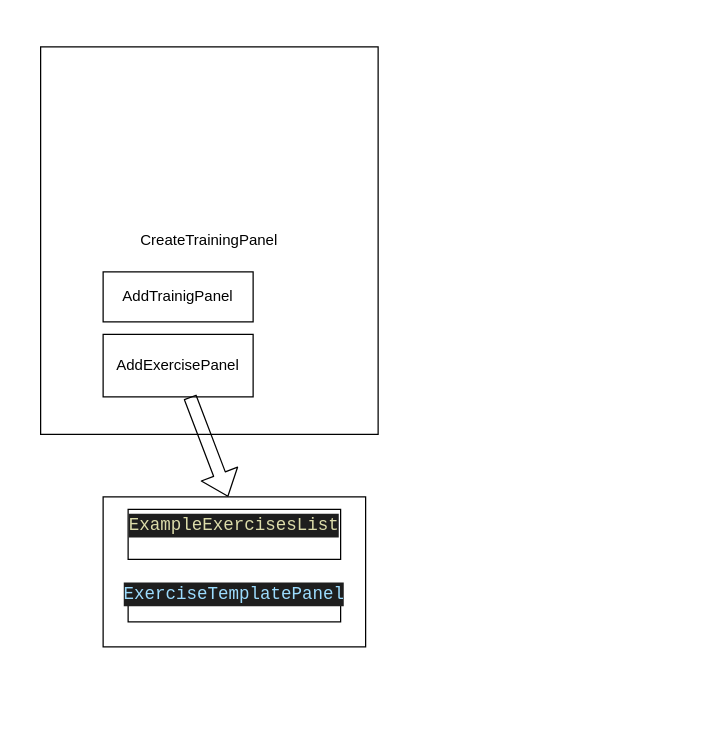
Earlier version of the draw.io diagram src/components/createTrainingPanel/createTrainingPanel.drawio (Jaro111/gym_tracker_FE). Source tidied: cells renumbered, new cells numbered last; positions are measured from the earlier drawing's top-left corner, leaving out a move shared by most shapes. Both pictures are drawn from the tidied source at 125%, with x=0, y=0 at pixel (40, 46).
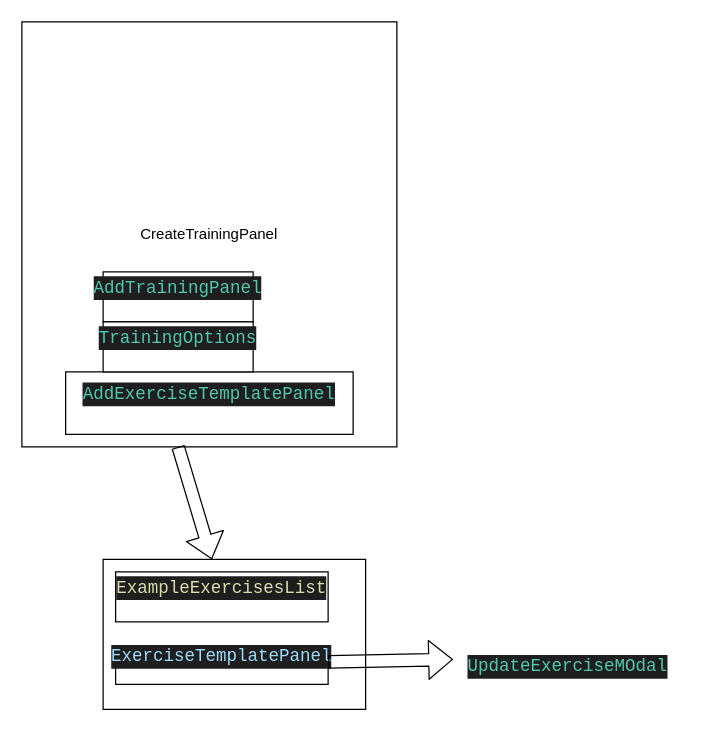
Above is the later version.

Diff of the diagram source:
```diff
@@
 <mxGraphModel>
   <root>
     <mxCell id="0" />
     <mxCell id="1" parent="0" />
     <mxCell id="2" value="CreateTrainingPanel" style="rounded=0;whiteSpace=wrap;html=1;" parent="1" vertex="1">
-      <mxGeometry width="270" height="310" as="geometry" />
+      <mxGeometry x="-15" y="-20" width="300" height="340" as="geometry" />
     </mxCell>
-    <mxCell id="3" value="AddTrainigPanel" style="rounded=0;whiteSpace=wrap;html=1;" parent="1" vertex="1">
+    <mxCell id="3" value="&#10;&lt;div style=&quot;color: #d4d4d4;background-color: #1e1e1e;font-family: Consolas, 'Courier New', monospace;font-weight: normal;font-size: 14px;line-height: 19px;white-space: pre;&quot;&gt;&lt;div&gt;&lt;span style=&quot;color: #4ec9b0;&quot;&gt;AddTrainingPanel&lt;/span&gt;&lt;/div&gt;&lt;/div&gt;&#10;&#10;" style="rounded=0;whiteSpace=wrap;html=1;" parent="1" vertex="1">
       <mxGeometry x="50" y="180" width="120" height="40" as="geometry" />
     </mxCell>
-    <mxCell id="4" value="AddExercisePanel" style="rounded=0;whiteSpace=wrap;html=1;" parent="1" vertex="1">
-      <mxGeometry x="50" y="230" width="120" height="50" as="geometry" />
+    <mxCell id="4" value="&#10;&lt;div style=&quot;color: #d4d4d4;background-color: #1e1e1e;font-family: Consolas, 'Courier New', monospace;font-weight: normal;font-size: 14px;line-height: 19px;white-space: pre;&quot;&gt;&lt;div&gt;&lt;span style=&quot;color: #4ec9b0;&quot;&gt;AddExerciseTemplatePanel&lt;/span&gt;&lt;/div&gt;&lt;/div&gt;&#10;&#10;" style="rounded=0;whiteSpace=wrap;html=1;" parent="1" vertex="1">
+      <mxGeometry x="20" y="260" width="230" height="50" as="geometry" />
     </mxCell>
-    <mxCell id="5" style="shape=flexArrow;endArrow=classic;html=1;" parent="1" edge="1" source="4">
+    <mxCell id="5" style="shape=flexArrow;endArrow=classic;html=1;" parent="1" edge="1" target="6">
       <mxGeometry relative="1" as="geometry">
-        <mxPoint x="150" y="360" as="targetPoint" />
+        <mxPoint x="110" y="320" as="sourcePoint" />
       </mxGeometry>
     </mxCell>
     <mxCell id="6" style="rounded=0;whiteSpace=wrap;html=1;" parent="1" vertex="1">
-      <mxGeometry x="50" y="360" width="210" height="120" as="geometry" />
+      <mxGeometry x="50" y="410" width="210" height="120" as="geometry" />
     </mxCell>
     <mxCell id="7" value="&#10;&lt;div style=&quot;color: #d4d4d4;background-color: #1e1e1e;font-family: Consolas, 'Courier New', monospace;font-weight: normal;font-size: 14px;line-height: 19px;white-space: pre;&quot;&gt;&lt;div&gt;&lt;span style=&quot;color: #dcdcaa;&quot;&gt;ExampleExercisesList&lt;/span&gt;&lt;/div&gt;&lt;/div&gt;&#10;&#10;" style="rounded=0;whiteSpace=wrap;html=1;" parent="1" vertex="1">
-      <mxGeometry x="70" y="370" width="170" height="40" as="geometry" />
+      <mxGeometry x="60" y="420" width="170" height="40" as="geometry" />
     </mxCell>
     <mxCell id="8" value="&#10;&lt;div style=&quot;color: #d4d4d4;background-color: #1e1e1e;font-family: Consolas, 'Courier New', monospace;font-weight: normal;font-size: 14px;line-height: 19px;white-space: pre;&quot;&gt;&lt;div&gt;&lt;span style=&quot;color: #9cdcfe;&quot;&gt;ExerciseTemplatePanel&lt;/span&gt;&lt;/div&gt;&lt;/div&gt;&#10;&#10;" style="rounded=0;whiteSpace=wrap;html=1;" parent="1" vertex="1">
-      <mxGeometry x="70" y="430" width="170" height="30" as="geometry" />
+      <mxGeometry x="60" y="480" width="170" height="30" as="geometry" />
     </mxCell>
+    <mxCell id="9" value="&#10;&lt;div style=&quot;color: #d4d4d4;background-color: #1e1e1e;font-family: Consolas, 'Courier New', monospace;font-weight: normal;font-size: 14px;line-height: 19px;white-space: pre;&quot;&gt;&lt;div&gt;&lt;span style=&quot;color: #4ec9b0;&quot;&gt;TrainingOptions&lt;/span&gt;&lt;/div&gt;&lt;/div&gt;&#10;&#10;" style="rounded=0;whiteSpace=wrap;html=1;" parent="1" vertex="1">
+      <mxGeometry x="50" y="220" width="120" height="40" as="geometry" />
+    </mxCell>
+    <mxCell id="10" style="shape=flexArrow;endArrow=classic;html=1;" parent="1" edge="1">
+      <mxGeometry relative="1" as="geometry">
+        <mxPoint x="230" y="492.1" as="sourcePoint" />
+        <mxPoint x="330" y="490" as="targetPoint" />
+      </mxGeometry>
+    </mxCell>
+    <mxCell id="11" value="&lt;div style=&quot;color: #d4d4d4;background-color: #1e1e1e;font-family: Consolas, 'Courier New', monospace;font-weight: normal;font-size: 14px;line-height: 19px;white-space: pre;&quot;&gt;&lt;div&gt;&lt;span style=&quot;color: #4ec9b0;&quot;&gt;UpdateExerciseMOdal&lt;/span&gt;&lt;/div&gt;&lt;/div&gt;" style="text;whiteSpace=wrap;html=1;" parent="1" vertex="1">
+      <mxGeometry x="340" y="480" width="180" height="70" as="geometry" />
+    </mxCell>
   </root>
 </mxGraphModel>
```
